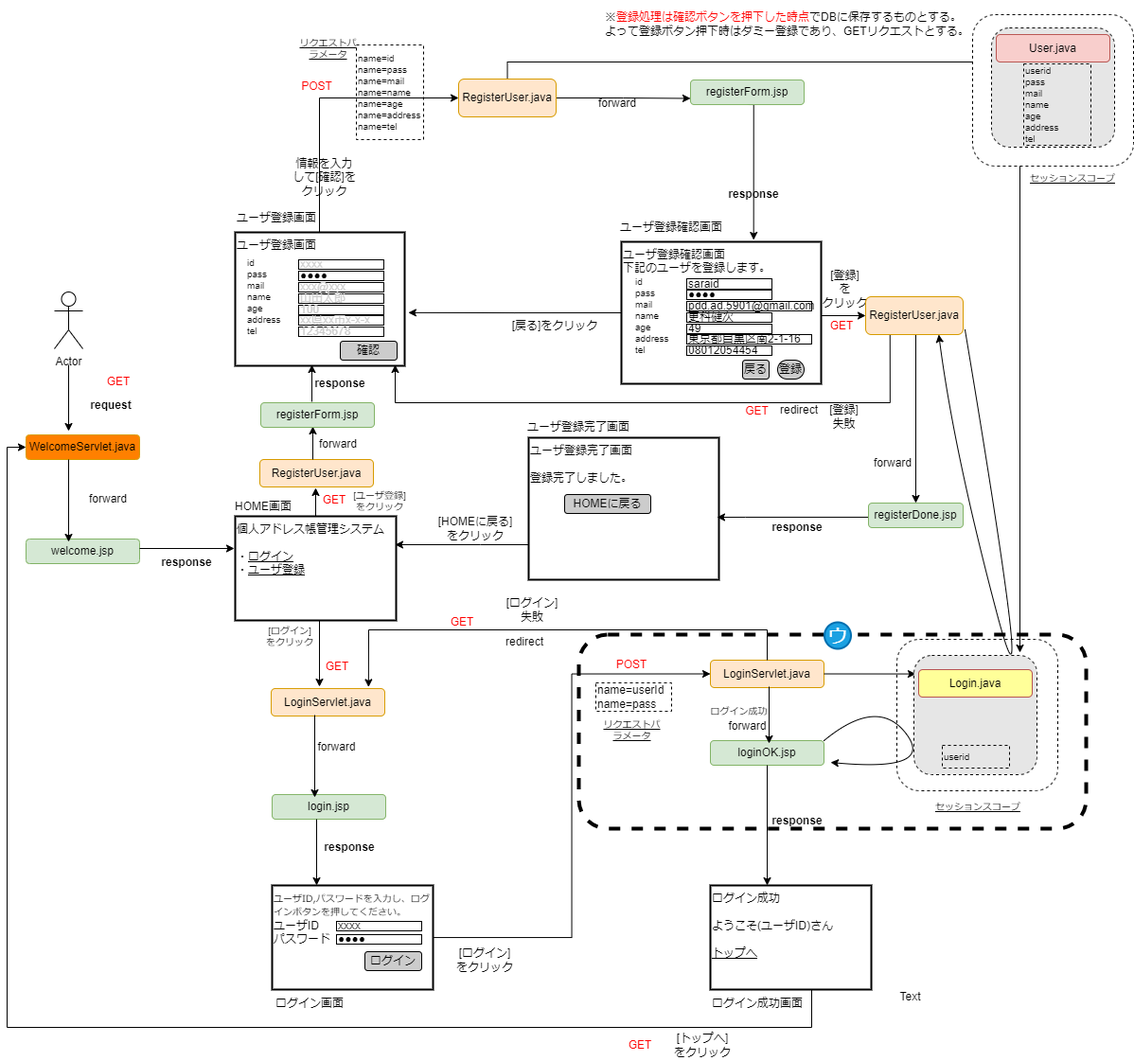
Before: 画面遷移図(拡張版2.0.0).png, a diagram exported from draw.io (saraken357/sj429-sj1401). Source tidied: cells renumbered, new cells last; positions are measured from the earlier drawing's top-left corner, leaving out a move shared by most shapes.
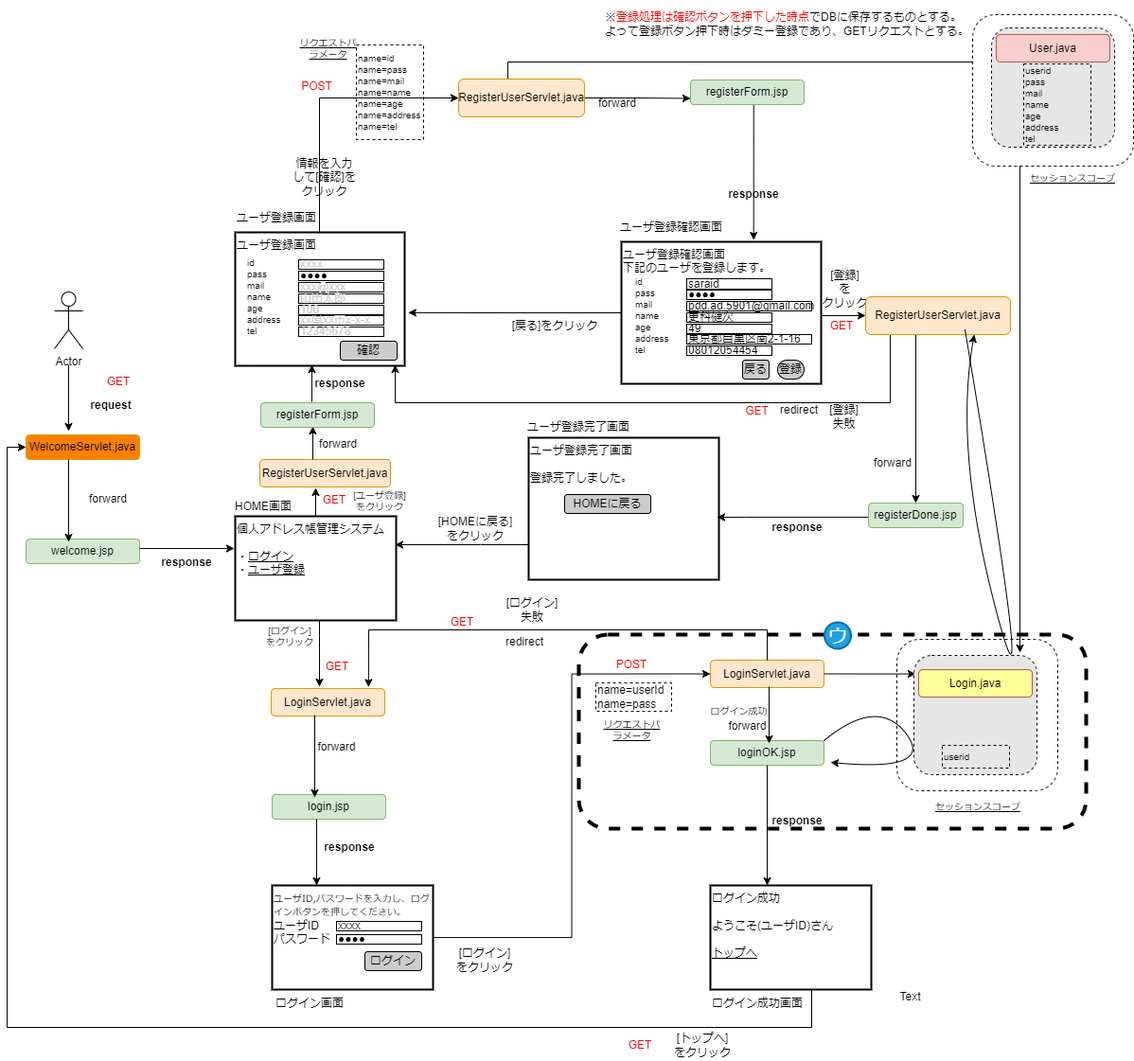
The same file after the commit.

What changed in the source:
```diff
@@ -20,8 +20,8 @@
     <mxCell id="7" value="&lt;font color=&quot;#ff0000&quot;&gt;GET&lt;/font&gt;" style="text;html=1;strokeColor=none;fillColor=none;align=center;verticalAlign=middle;whiteSpace=wrap;rounded=0;" parent="3" vertex="1">
       <mxGeometry x="63" y="141" width="36" height="16" as="geometry" />
     </mxCell>
-    <mxCell id="8" value="RegisterUser.java" style="rounded=1;whiteSpace=wrap;html=1;fillColor=#ffe6cc;strokeColor=#d79b00;" parent="3" vertex="1">
-      <mxGeometry x="2" y="106" width="120" height="29" as="geometry" />
+    <mxCell id="8" value="RegisterUserServlet.java" style="rounded=1;whiteSpace=wrap;html=1;fillColor=#ffe6cc;strokeColor=#d79b00;" parent="3" vertex="1">
+      <mxGeometry x="2" y="106" width="138" height="29" as="geometry" />
     </mxCell>
     <mxCell id="9" style="group;" parent="1" vertex="1">
       <mxGeometry x="743" y="905" width="170" height="140" as="geometry" />
@@ -388,8 +388,8 @@
         </Array>
       </mxGeometry>
     </mxCell>
-    <mxCell id="108" value="RegisterUser.java" style="rounded=1;whiteSpace=wrap;html=1;fillColor=#ffe6cc;strokeColor=#d79b00;" parent="1" vertex="1">
-      <mxGeometry x="477" y="83" width="103" height="40" as="geometry" />
+    <mxCell id="108" value="RegisterUserServlet.java" style="rounded=1;whiteSpace=wrap;html=1;fillColor=#ffe6cc;strokeColor=#d79b00;" parent="1" vertex="1">
+      <mxGeometry x="477" y="83" width="133" height="40" as="geometry" />
     </mxCell>
     <mxCell id="109" style="endArrow=classic;html=1;rounded=0;fontSize=10;fontColor=#CCCCCC;entryX=0;entryY=0.5;entryDx=0;entryDy=0;" parent="1" edge="1" target="108">
       <mxGeometry relative="1" as="geometry">
@@ -453,8 +453,8 @@
         </Array>
       </mxGeometry>
     </mxCell>
-    <mxCell id="121" value="RegisterUser.java" style="rounded=1;whiteSpace=wrap;html=1;fillColor=#ffe6cc;strokeColor=#d79b00;" parent="1" vertex="1">
-      <mxGeometry x="907" y="313" width="103" height="40" as="geometry" />
+    <mxCell id="121" value="RegisterUserServlet.java" style="rounded=1;whiteSpace=wrap;html=1;fillColor=#ffe6cc;strokeColor=#d79b00;" parent="1" vertex="1">
+      <mxGeometry x="907" y="313" width="153" height="40" as="geometry" />
     </mxCell>
     <mxCell id="122" value="forward" style="text;html=1;strokeColor=none;fillColor=none;align=center;verticalAlign=middle;whiteSpace=wrap;rounded=0;" parent="1" vertex="1">
       <mxGeometry x="916" y="483" width="40" height="12.1" as="geometry" />
```
